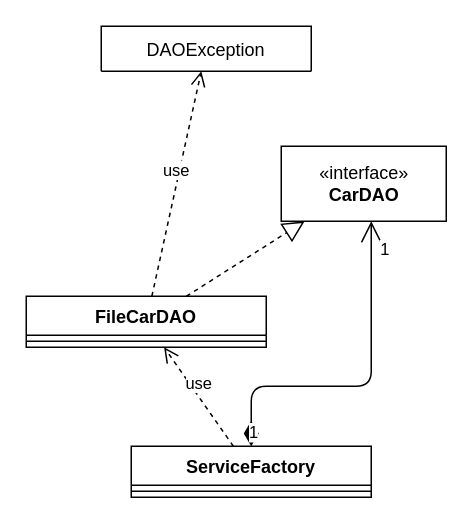
Above: page "DAO" (3 of 6) of task04/src/main/java/Untitled Diagram.drawio in PaBLovko/webEpam (draw.io), before the change. Source tidied: cells renumbered, new cells numbered last; positions are measured from the earlier drawing's top-left corner, leaving out a move shared by most shapes. Both pictures are drawn from the tidied source at 150%, with x=0, y=0 at pixel (26, 26).
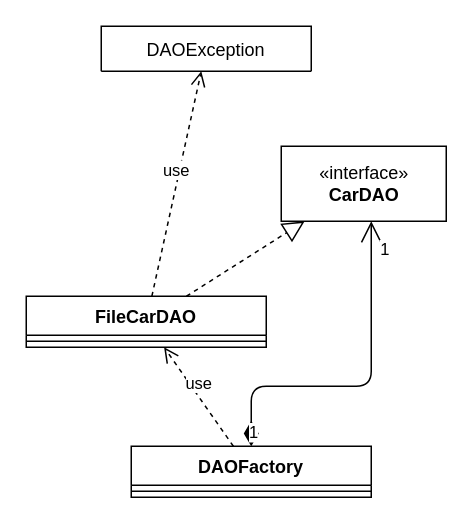
After the change.

Change to the diagram source:
```diff
@@
 <mxGraphModel>
   <root>
     <mxCell id="0" />
     <mxCell id="1" parent="0" />
     <mxCell id="2" value="DAOException" style="swimlane;fontStyle=0;horizontal=1;startSize=30;fillColor=none;" parent="1" vertex="1">
       <mxGeometry x="50" width="140" height="30" as="geometry" />
     </mxCell>
     <mxCell id="3" value="«interface»&lt;br&gt;&lt;span style=&quot;font-weight: 700&quot;&gt;CarDAO&lt;/span&gt;" style="html=1;" parent="1" vertex="1">
       <mxGeometry x="170" y="80" width="110" height="50" as="geometry" />
     </mxCell>
     <mxCell id="4" value="FileCarDAO" style="swimlane;fontStyle=1;align=center;verticalAlign=top;horizontal=1;startSize=26;" parent="1" vertex="1">
       <mxGeometry y="180" width="160" height="34" as="geometry" />
     </mxCell>
     <mxCell id="5" style="line;strokeWidth=1;fillColor=none;align=left;verticalAlign=middle;spacingTop=-1;spacingLeft=3;spacingRight=3;labelPosition=right;" parent="4" vertex="1">
       <mxGeometry y="26" width="160" height="8" as="geometry" />
     </mxCell>
     <mxCell id="6" style="endArrow=block;dashed=1;endFill=0;endSize=12;html=1;" parent="1" edge="1" source="4" target="3">
       <mxGeometry relative="1" as="geometry" />
     </mxCell>
     <mxCell id="7" value="use" style="html=1;verticalAlign=bottom;endArrow=open;dashed=1;endSize=8;" parent="1" edge="1" source="4" target="2">
       <mxGeometry relative="1" as="geometry" />
     </mxCell>
-    <mxCell id="8" value="ServiceFactory" style="swimlane;fontStyle=1;align=center;verticalAlign=top;horizontal=1;startSize=26;" parent="1" vertex="1">
+    <mxCell id="8" value="DAOFactory" style="swimlane;fontStyle=1;align=center;verticalAlign=top;horizontal=1;startSize=26;" parent="1" vertex="1">
       <mxGeometry x="70" y="280" width="160" height="34" as="geometry" />
     </mxCell>
     <mxCell id="9" style="line;strokeWidth=1;fillColor=none;align=left;verticalAlign=middle;spacingTop=-1;spacingLeft=3;spacingRight=3;labelPosition=right;" parent="8" vertex="1">
       <mxGeometry y="26" width="160" height="8" as="geometry" />
     </mxCell>
     <mxCell id="10" value="use" style="html=1;verticalAlign=bottom;endArrow=open;dashed=1;endSize=8;" parent="1" edge="1" source="8" target="4">
       <mxGeometry relative="1" as="geometry" />
     </mxCell>
     <mxCell id="11" value="1" style="endArrow=open;html=1;endSize=12;startArrow=diamondThin;startSize=14;startFill=1;edgeStyle=orthogonalEdgeStyle;align=left;verticalAlign=bottom;" parent="1" edge="1" source="8" target="3">
       <mxGeometry x="-1" y="3" relative="1" as="geometry">
         <Array as="points">
           <mxPoint x="150" y="240" />
           <mxPoint x="230" y="240" />
         </Array>
       </mxGeometry>
     </mxCell>
     <mxCell id="12" value="1" style="edgeLabel;html=1;align=center;verticalAlign=middle;" parent="11" vertex="1">
       <mxGeometry x="0.84" y="-8" relative="1" as="geometry" />
     </mxCell>
   </root>
 </mxGraphModel>
```
